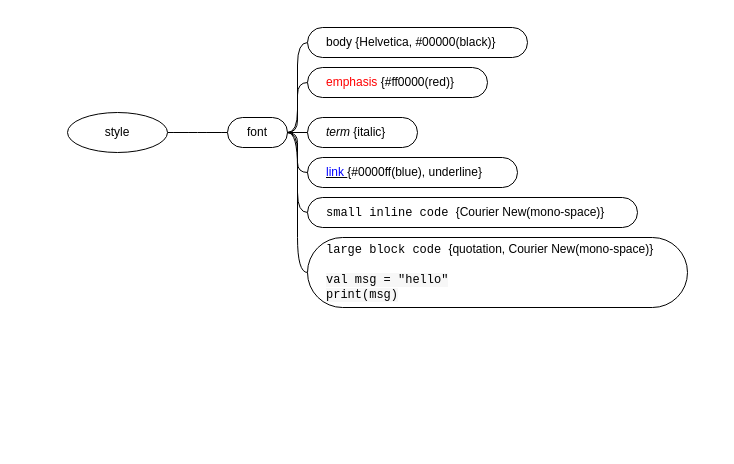
The draw.io diagram page "style" (5 of 5) of drawio/drawio.drawio in yangdj/tf_docs, before the edit. Source tidied: cells renumbered, new cells numbered last; positions are measured from the earlier drawing's top-left corner, leaving out a move shared by most shapes. Both pictures are drawn from the tidied source at 100%, with x=0, y=0 at pixel (17, 17).
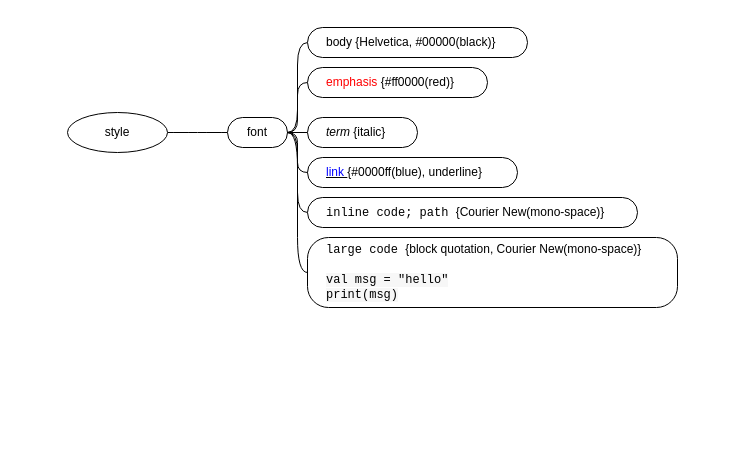
Above is the later version.

Change to the diagram source:
```diff
@@
 <mxGraphModel>
   <root>
     <mxCell id="0" />
     <mxCell id="1" parent="0" />
+    <mxCell id="18" parent="0" />
-    <mxCell id="2" style="swimlane;html=1;startSize=20;horizontal=1;containerType=tree;fillColor=none;strokeColor=none;fontStyle=0;" parent="1" vertex="1">
+    <mxCell id="2" style="swimlane;html=1;startSize=20;horizontal=1;containerType=tree;fillColor=none;strokeColor=none;fontStyle=0;" parent="18" vertex="1">
       <mxGeometry width="700" height="430" as="geometry" />
     </mxCell>
     <mxCell id="3" style="edgeStyle=entityRelationEdgeStyle;startArrow=none;endArrow=none;segment=10;curved=1;" parent="2" edge="1" source="4" target="5">
       <mxGeometry relative="1" as="geometry" />
     </mxCell>
     <mxCell id="4" value="style" style="ellipse;whiteSpace=wrap;html=1;align=center;" parent="2" vertex="1">
       <mxGeometry x="50" y="95" width="100" height="40" as="geometry" />
     </mxCell>
     <mxCell id="5" value="font" style="whiteSpace=wrap;html=1;rounded=1;arcSize=50;align=center;verticalAlign=middle;strokeWidth=1;spacing=4;" parent="2" vertex="1">
       <mxGeometry x="210" y="100" width="60" height="30" as="geometry" />
     </mxCell>
     <mxCell id="6" value="&lt;u&gt;&lt;font color=&quot;#0000ff&quot;&gt;link&amp;nbsp;&lt;/font&gt;&lt;/u&gt;{#0000ff(blue), underline}" style="whiteSpace=wrap;html=1;rounded=1;arcSize=50;align=left;verticalAlign=middle;strokeWidth=1;spacing=4;spacingLeft=15;" parent="2" vertex="1">
       <mxGeometry x="290" y="140" width="210" height="30" as="geometry" />
     </mxCell>
     <mxCell id="7" style="edgeStyle=entityRelationEdgeStyle;startArrow=none;endArrow=none;segment=10;curved=1;exitX=1;exitY=0.5;exitDx=0;exitDy=0;" parent="2" edge="1" source="5" target="6">
       <mxGeometry relative="1" as="geometry" />
     </mxCell>
     <mxCell id="8" style="edgeStyle=entityRelationEdgeStyle;startArrow=none;endArrow=none;segment=10;curved=1;exitX=1;exitY=0.5;exitDx=0;exitDy=0;" parent="2" edge="1" source="5" target="9">
       <mxGeometry relative="1" as="geometry" />
     </mxCell>
     <mxCell id="9" value="&lt;font&gt;&lt;span&gt;body {Helvetica, #00000(black)}&lt;/span&gt;&lt;/font&gt;" style="whiteSpace=wrap;html=1;rounded=1;arcSize=50;align=left;verticalAlign=middle;strokeWidth=1;spacing=4;fontColor=#000000;fontStyle=0;spacingLeft=15;" parent="2" vertex="1">
       <mxGeometry x="290" y="10" width="220" height="30" as="geometry" />
     </mxCell>
     <mxCell id="10" style="edgeStyle=entityRelationEdgeStyle;startArrow=none;endArrow=none;segment=10;curved=1;exitX=1;exitY=0.5;exitDx=0;exitDy=0;" parent="2" edge="1" source="5" target="11">
       <mxGeometry relative="1" as="geometry" />
     </mxCell>
     <mxCell id="11" value="&lt;font&gt;&lt;i&gt;term&lt;/i&gt;&amp;nbsp;{italic}&lt;/font&gt;" style="whiteSpace=wrap;html=1;rounded=1;arcSize=50;align=left;verticalAlign=middle;strokeWidth=1;spacing=4;spacingLeft=15;fontStyle=0;fontColor=#000000;" parent="2" vertex="1">
       <mxGeometry x="290" y="100" width="110" height="30" as="geometry" />
     </mxCell>
-    <mxCell id="12" style="edgeStyle=entityRelationEdgeStyle;startArrow=none;endArrow=none;segment=10;curved=1;exitX=1;exitY=0.5;exitDx=0;exitDy=0;" parent="2" edge="1" source="5" target="13">
-      <mxGeometry relative="1" as="geometry" />
-    </mxCell>
-    <mxCell id="13" value="&lt;font&gt;&lt;font face=&quot;Courier New&quot;&gt;small inline code&amp;nbsp;&lt;/font&gt;{Courier New(mono-space)}&lt;/font&gt;" style="whiteSpace=wrap;html=1;rounded=1;arcSize=50;align=left;verticalAlign=middle;strokeWidth=1;spacing=4;spacingLeft=15;fontStyle=0;fontColor=#000000;" parent="2" vertex="1">
-      <mxGeometry x="290" y="180" width="330" height="30" as="geometry" />
-    </mxCell>
+    <mxCell id="19" style="edgeStyle=entityRelationEdgeStyle;startArrow=none;endArrow=none;segment=10;curved=1;exitX=1;exitY=0.5;exitDx=0;exitDy=0;" parent="2" edge="1" source="5" target="20">
+      <mxGeometry relative="1" as="geometry" />
+    </mxCell>
+    <mxCell id="20" value="&lt;font&gt;&lt;font face=&quot;Courier New&quot;&gt;inline code; path&amp;nbsp;&lt;/font&gt;{Courier New(mono-space)}&lt;/font&gt;" style="whiteSpace=wrap;html=1;rounded=1;arcSize=50;align=left;verticalAlign=middle;strokeWidth=1;spacing=4;spacingLeft=15;fontStyle=0;fontColor=#000000;" parent="2" vertex="1">
+      <mxGeometry x="290" y="180" width="330" height="30" as="geometry" />
+    </mxCell>
     <mxCell id="14" style="edgeStyle=entityRelationEdgeStyle;startArrow=none;endArrow=none;segment=10;curved=1;exitX=1;exitY=0.5;exitDx=0;exitDy=0;" parent="2" edge="1" source="5" target="15">
       <mxGeometry relative="1" as="geometry" />
     </mxCell>
     <mxCell id="15" value="&lt;span style=&quot;color: rgb(255 , 0 , 0)&quot;&gt;emphasis &lt;/span&gt;{&lt;font color=&quot;#000000&quot;&gt;#ff0000(red)}&lt;/font&gt;" style="whiteSpace=wrap;html=1;rounded=1;arcSize=50;align=left;verticalAlign=middle;strokeWidth=1;spacing=4;fontColor=#000000;fontStyle=0;spacingLeft=15;" parent="2" vertex="1">
       <mxGeometry x="290" y="50" width="180" height="30" as="geometry" />
     </mxCell>
-    <mxCell id="16" style="edgeStyle=entityRelationEdgeStyle;startArrow=none;endArrow=none;segment=10;curved=1;exitX=1;exitY=0.5;exitDx=0;exitDy=0;" parent="2" edge="1" source="5" target="17">
-      <mxGeometry relative="1" as="geometry" />
-    </mxCell>
-    <mxCell id="17" value="&lt;font&gt;&lt;font face=&quot;Courier New&quot;&gt;large block code&amp;nbsp;&lt;/font&gt;{quotation, Courier New(mono-space)}&lt;br&gt;&lt;br&gt;&lt;font face=&quot;Courier New&quot; style=&quot;background-color: rgb(247 , 247 , 247)&quot;&gt;val msg = &quot;hello&quot;&lt;br&gt;print(msg)&lt;/font&gt;&lt;br&gt;&lt;/font&gt;" style="whiteSpace=wrap;html=1;rounded=1;arcSize=50;align=left;verticalAlign=middle;strokeWidth=1;spacing=4;spacingLeft=15;fontStyle=0;fontColor=#000000;" parent="2" vertex="1">
-      <mxGeometry x="290" y="220" width="380" height="70" as="geometry" />
-    </mxCell>
+    <mxCell id="21" style="edgeStyle=entityRelationEdgeStyle;startArrow=none;endArrow=none;segment=10;curved=1;exitX=1;exitY=0.5;exitDx=0;exitDy=0;" parent="2" edge="1" source="5" target="22">
+      <mxGeometry relative="1" as="geometry" />
+    </mxCell>
+    <mxCell id="22" value="&lt;font&gt;&lt;font face=&quot;Courier New&quot;&gt;large code&amp;nbsp;&lt;/font&gt;{block quotation, Courier New(mono-space)}&lt;br&gt;&lt;br&gt;&lt;font face=&quot;Courier New&quot; style=&quot;background-color: rgb(247 , 247 , 247)&quot;&gt;val msg = &quot;hello&quot;&lt;br&gt;print(msg)&lt;/font&gt;&lt;br&gt;&lt;/font&gt;" style="whiteSpace=wrap;html=1;rounded=1;arcSize=30;align=left;verticalAlign=middle;strokeWidth=1;spacing=4;spacingLeft=15;fontStyle=0;fontColor=#000000;" parent="2" vertex="1">
+      <mxGeometry x="290" y="220" width="370" height="70" as="geometry" />
+    </mxCell>
   </root>
 </mxGraphModel>
```
